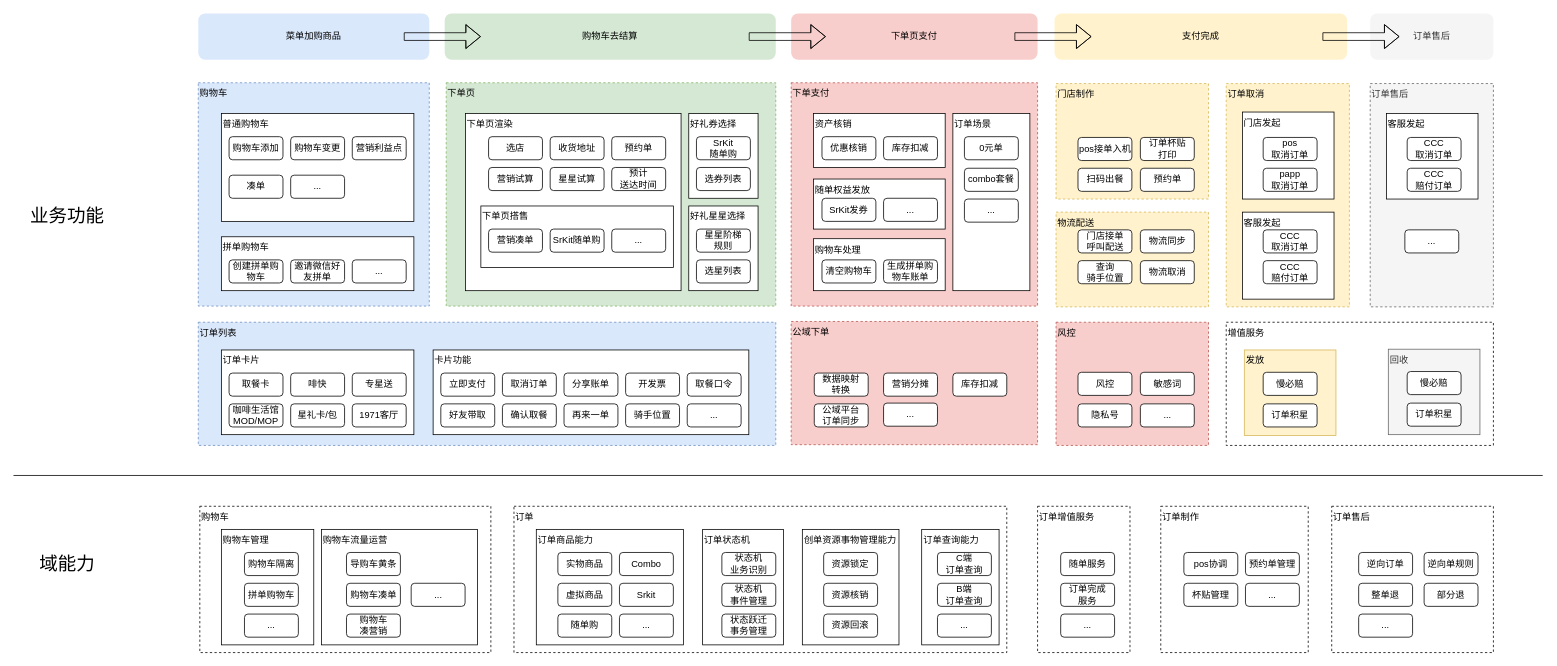
Above: page "业务架构" (1 of 3) of OMS2.0业务架构.drawio in alexzhang2015/PC2.0 (draw.io), before the change. Source tidied: cells renumbered, new cells numbered last; positions are measured from the earlier drawing's top-left corner, leaving out a move shared by most shapes. Both pictures are drawn from the tidied source at 77%, with x=0, y=0 at pixel (13, 13).
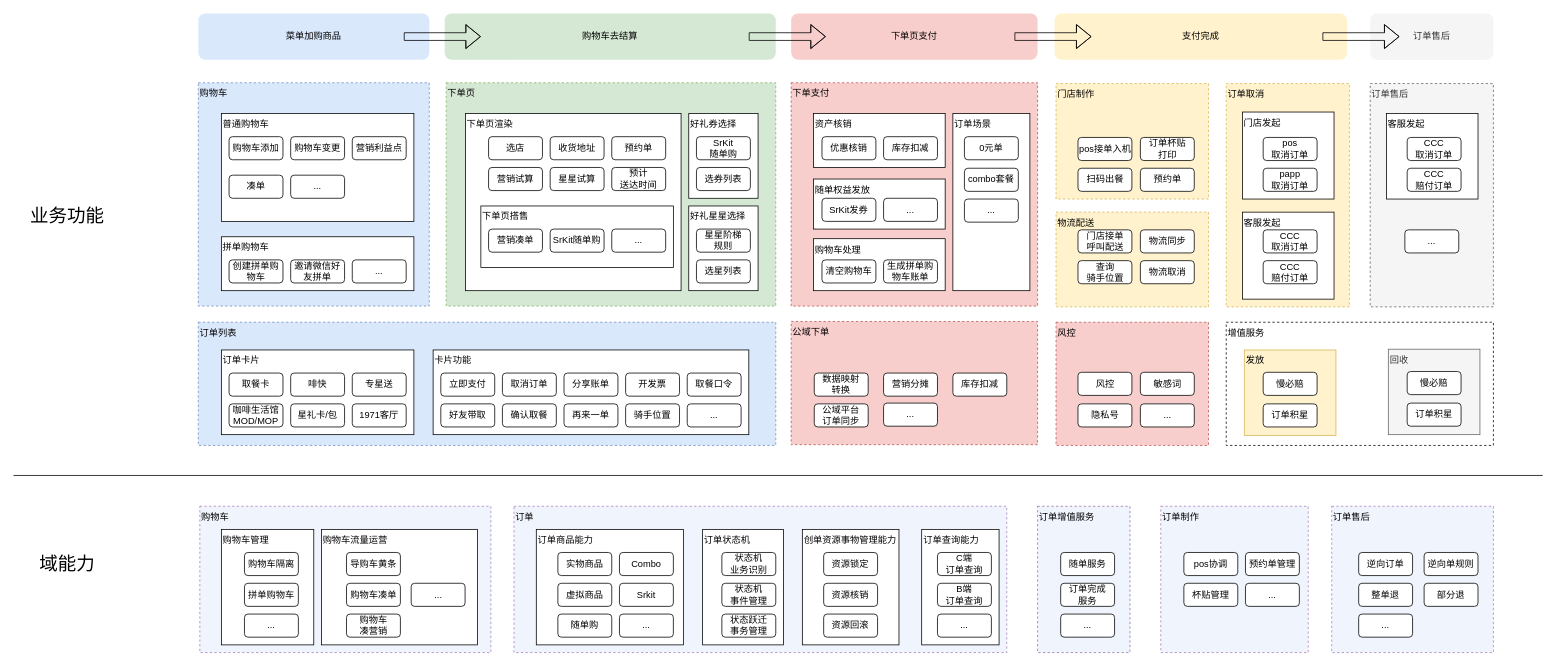
After the change.

Diff of the diagram source:
```diff
@@
-    <mxCell id="3" value="购物车" style="rounded=0;whiteSpace=wrap;html=1;align=left;verticalAlign=top;dashed=1;" parent="1" vertex="1">
+    <mxCell id="3" value="购物车" style="rounded=0;whiteSpace=wrap;html=1;align=left;verticalAlign=top;dashed=1;fillColor=#F0F4FC;strokeColor=#A881BA;fillStyle=auto;" parent="1" vertex="1">
       <mxGeometry x="242" y="640" width="378" height="190" as="geometry" />
     </mxCell>
@@
-    <mxCell id="116" value="订单" style="rounded=0;whiteSpace=wrap;html=1;align=left;verticalAlign=top;dashed=1;" parent="1" vertex="1">
+    <mxCell id="116" value="订单" style="rounded=0;whiteSpace=wrap;html=1;align=left;verticalAlign=top;dashed=1;fillColor=#F0F4FC;strokeColor=#A881BA;fillStyle=auto;" parent="1" vertex="1">
       <mxGeometry x="650" y="640" width="640" height="190" as="geometry" />
     </mxCell>
-    <mxCell id="117" value="订单增值服务" style="rounded=0;whiteSpace=wrap;html=1;align=left;verticalAlign=top;dashed=1;" parent="1" vertex="1">
+    <mxCell id="117" value="订单增值服务" style="rounded=0;whiteSpace=wrap;html=1;align=left;verticalAlign=top;dashed=1;fillColor=#F0F4FC;strokeColor=#9673a6;fillStyle=auto;" parent="1" vertex="1">
       <mxGeometry x="1330" y="640" width="120" height="190" as="geometry" />
     </mxCell>
-    <mxCell id="118" value="订单售后" style="rounded=0;whiteSpace=wrap;html=1;align=left;verticalAlign=top;dashed=1;" parent="1" vertex="1">
+    <mxCell id="118" value="订单售后" style="rounded=0;whiteSpace=wrap;html=1;align=left;verticalAlign=top;dashed=1;fillColor=#f0f4fc;strokeColor=#A881BA;fillStyle=auto;" parent="1" vertex="1">
       <mxGeometry x="1712" y="640" width="210" height="190" as="geometry" />
     </mxCell>
-    <mxCell id="119" value="订单制作" style="rounded=0;whiteSpace=wrap;html=1;align=left;verticalAlign=top;dashed=1;" parent="1" vertex="1">
+    <mxCell id="119" value="订单制作" style="rounded=0;whiteSpace=wrap;html=1;align=left;verticalAlign=top;dashed=1;fillColor=#F0F4FC;strokeColor=#A881BA;fillStyle=auto;" parent="1" vertex="1">
       <mxGeometry x="1490" y="640" width="191.5" height="190" as="geometry" />
     </mxCell>
```
